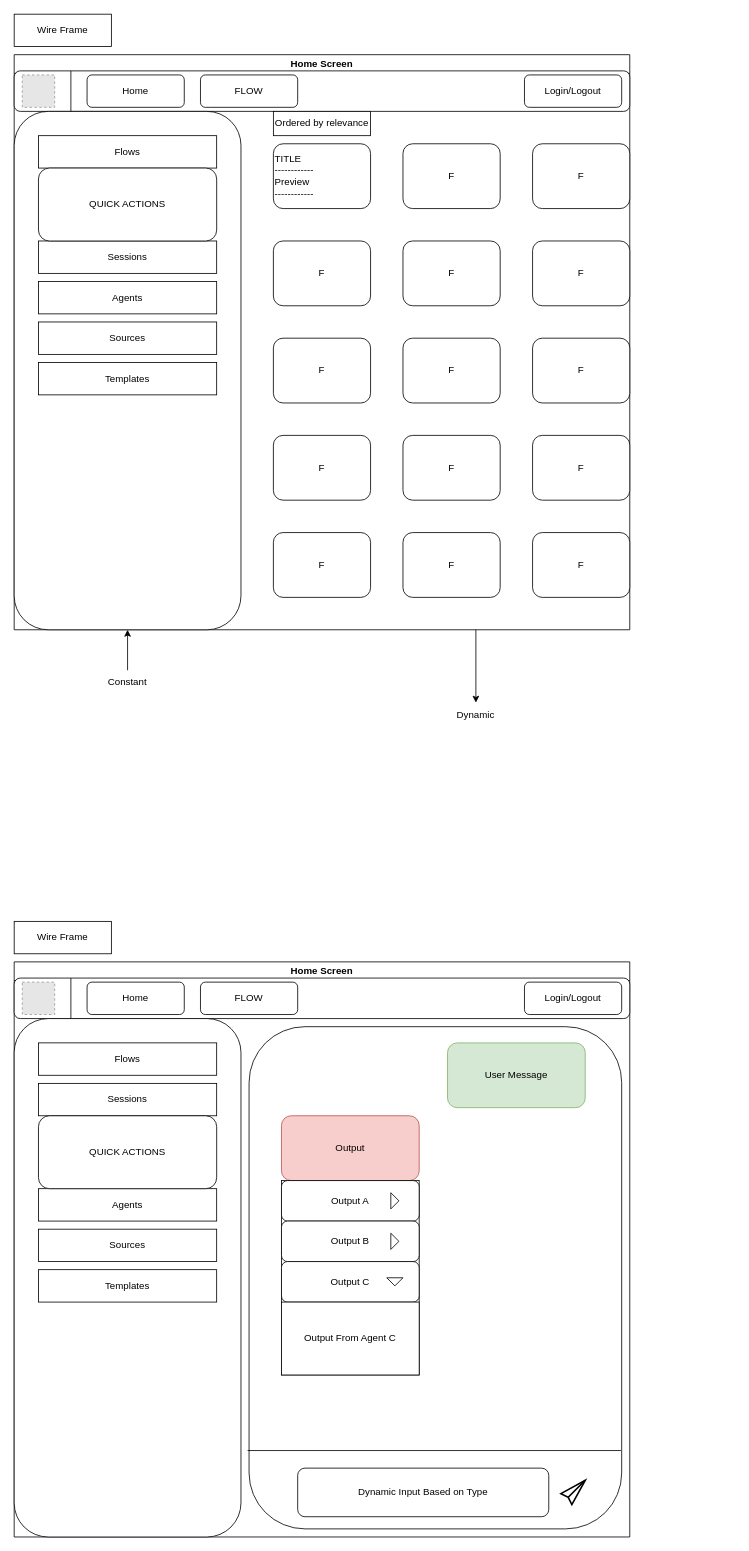
Above: page "Page-2" (1 of 2) of docs/wireframes/home_page.drawio in StephenBaione/juni-poc-backend (draw.io), before the change. Source tidied: cells renumbered, new cells numbered last; positions are measured from the earlier drawing's top-left corner, leaving out a move shared by most shapes. Both pictures are drawn from the tidied source at 81%, with x=0, y=0 at pixel (14, 14). Pictures stored in the file or linked from it are replaced by grey dashed boxes.
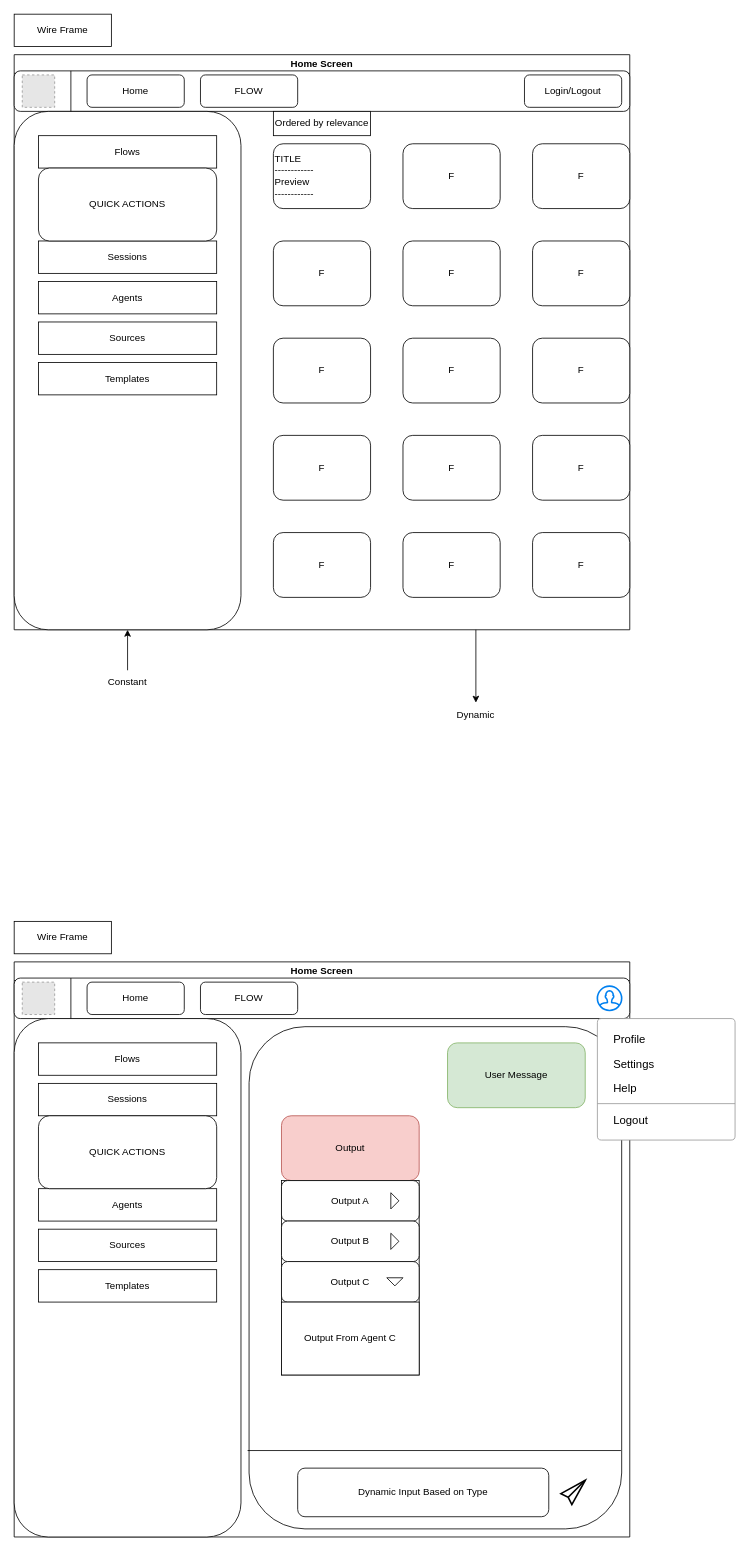
After the change.

Commit message (it also covers changes not shown here):
added user profile wireframe, updated home page wireframe

Unchanged cells that the change refers to:
```xml
<mxCell id="35" value="Home Screen" style="swimlane;whiteSpace=wrap;html=1;" parent="1" vertex="1">
  <mxGeometry y="1170" width="760" height="710" as="geometry" />
</mxCell>
```

Diff of the diagram source:
```diff
@@
-    <mxCell id="40" value="Login/Logout" style="rounded=1;whiteSpace=wrap;html=1;" parent="35" vertex="1">
-      <mxGeometry x="630" y="25" width="120" height="40" as="geometry" />
-    </mxCell>
@@
+    <mxCell id="66" style="html=1;verticalLabelPosition=bottom;align=center;labelBackgroundColor=#ffffff;verticalAlign=top;strokeWidth=2;strokeColor=#0080F0;shadow=0;dashed=0;shape=mxgraph.ios7.icons.user;" parent="1" vertex="1">
+      <mxGeometry x="720" y="1200" width="30" height="30" as="geometry" />
+    </mxCell>
+    <mxCell id="67" style="html=1;shadow=0;dashed=0;shape=mxgraph.bootstrap.rrect;rSize=5;fillColor=#ffffff;strokeColor=#999999;" parent="1" vertex="1">
+      <mxGeometry x="720" y="1240" width="170" height="150" as="geometry" />
+    </mxCell>
+    <mxCell id="68" value="Profile" style="fillColor=none;strokeColor=none;align=left;spacing=20;fontSize=14;fontColor=#000000;" parent="67" vertex="1">
+      <mxGeometry width="170" height="30" relative="1" as="geometry">
+        <mxPoint y="10" as="offset" />
+      </mxGeometry>
+    </mxCell>
+    <mxCell id="69" value="Settings" style="fillColor=none;strokeColor=none;align=left;spacing=20;fontSize=14;fontColor=#000000;" parent="67" vertex="1">
+      <mxGeometry width="170" height="30" relative="1" as="geometry">
+        <mxPoint y="40" as="offset" />
+      </mxGeometry>
+    </mxCell>
+    <mxCell id="70" value="Help" style="fillColor=none;strokeColor=none;align=left;spacing=20;fontSize=14;fontColor=#000000;" parent="67" vertex="1">
+      <mxGeometry width="170" height="30" relative="1" as="geometry">
+        <mxPoint y="70" as="offset" />
+      </mxGeometry>
+    </mxCell>
+    <mxCell id="71" style="shape=line;strokeColor=#999999;perimeter=none;" parent="67" vertex="1">
+      <mxGeometry width="170" height="10" relative="1" as="geometry">
+        <mxPoint y="100" as="offset" />
+      </mxGeometry>
+    </mxCell>
+    <mxCell id="72" value="Logout" style="fillColor=none;strokeColor=none;align=left;spacing=20;fontSize=14;fontColor=#000000;" parent="67" vertex="1">
+      <mxGeometry width="170" height="30" relative="1" as="geometry">
+        <mxPoint y="110" as="offset" />
+      </mxGeometry>
+    </mxCell>
```
